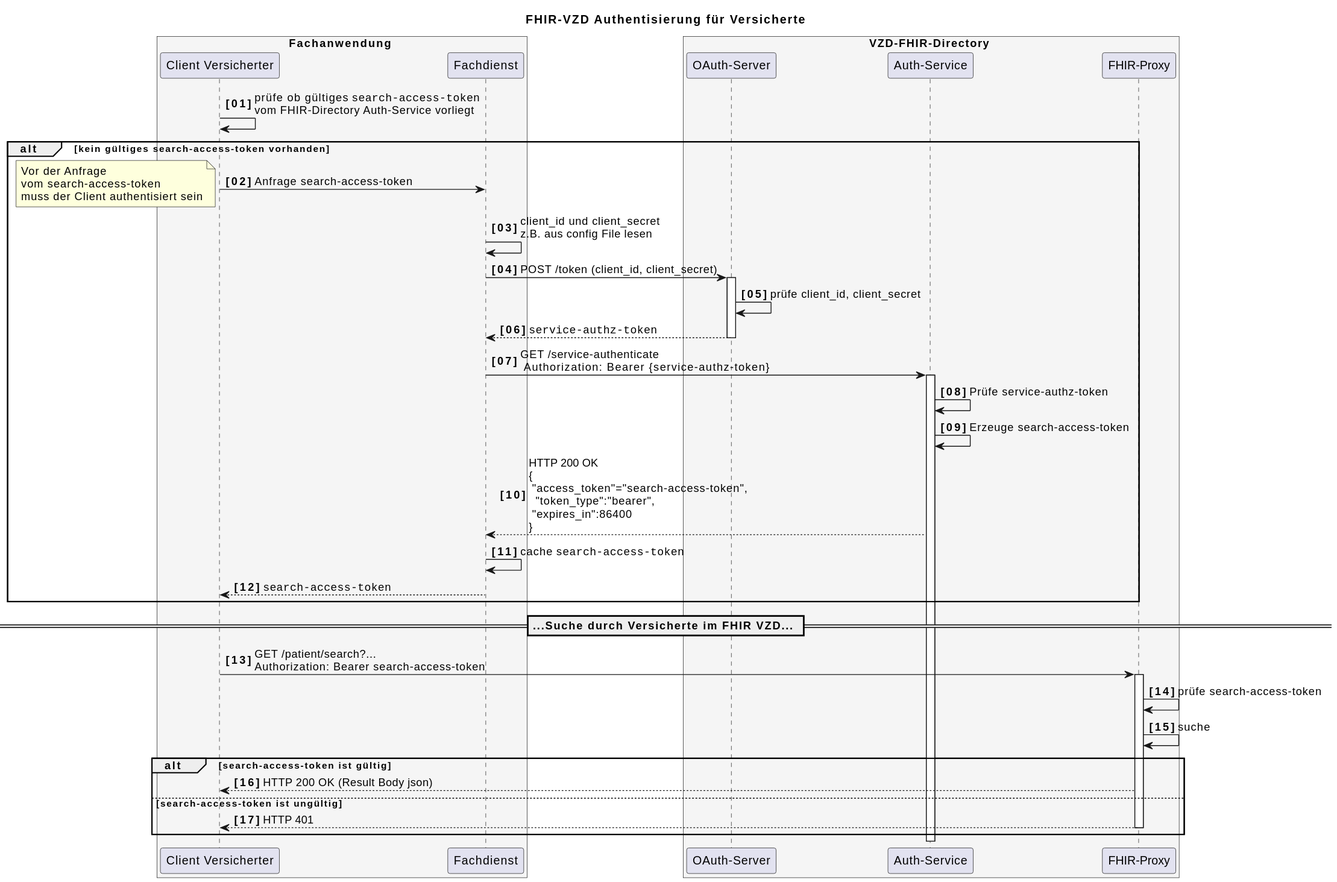
Before: images/diagrams/SequenceDiagram.FHIR-Directory.fdv.search.tim.svg, a diagram exported from PlantUML (gematik/api-vzd).
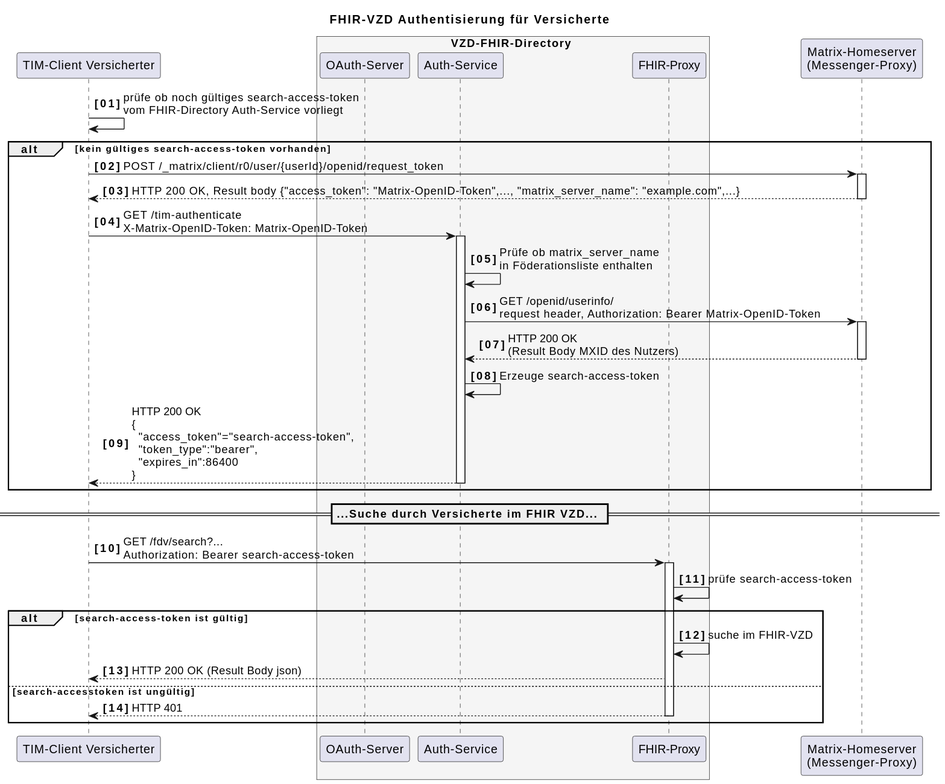
The same diagram one commit later.

Commit message:
Commit from GitHub Actions (GeneratePlantumlImages)

Change to the diagram source:
```diff
@@ -2,11 +2,7 @@
 autonumber 1 1 "<b>[00]"
 title "FHIR-VZD Authentisierung für Versicherte"
 
-
-box Fachanwendung #WhiteSmoke
-    participant VClient as "Client Versicherter"
-    participant FDienst as "Fachdienst"
-end box
+participant VClient as "TIM-Client Versicherter"
 
 box VZD-FHIR-Directory #WhiteSmoke
     participant "OAuth-Server" as VzdOAuth
@@ -14,43 +10,39 @@
     participant fp as "FHIR-Proxy"
 end box
 
+participant hs as "Matrix-Homeserver\n(Messenger-Proxy)"
 
-
-VClient-> VClient: prüfe ob  gültiges ""search-access-token""\nvom FHIR-Directory Auth-Service vorliegt
-
+VClient-> VClient: prüfe ob noch gültiges search-access-token\nvom FHIR-Directory Auth-Service vorliegt
 
 alt kein gültiges search-access-token vorhanden
-   VClient-> FDienst: Anfrage search-access-token
+   VClient-> hs: POST /_matrix/client/r0/user/{userId}/openid/request_token
+   activate hs
+   hs --> VClient: HTTP 200 OK, Result body {"access_token": "Matrix-OpenID-Token",..., "matrix_server_name": "example.com",...}
+   deactivate hs
 
-note left: Vor der Anfrage\nvom search-access-token\nmuss der Client authentisiert sein
+   VClient->VzdAuth++: GET /tim-authenticate \nX-Matrix-OpenID-Token: Matrix-OpenID-Token
 
+   VzdAuth-> VzdAuth: Prüfe ob matrix_server_name\nin Föderationsliste enthalten
+   VzdAuth-> hs: GET /openid/userinfo/\nrequest header, Authorization: Bearer Matrix-OpenID-Token
+   activate hs
+   hs --> VzdAuth: HTTP 200 OK\n(Result Body MXID des Nutzers)
+   deactivate hs
+   VzdAuth->VzdAuth: Erzeuge search-access-token
+   VzdAuth--> VClient: HTTP 200 OK\n{\n  "access_token"="search-access-token",\n  "token_type":"bearer",\n  "expires_in":86400\n}
+   deactivate VzdAuth
 
-   FDienst -> FDienst: client_id und client_secret\nz.B. aus config File lesen
-   FDienst ->VzdOAuth++: POST /token (client_id, client_secret)
-   VzdOAuth->VzdOAuth: prüfe client_id, client_secret
-   VzdOAuth-->FDienst--: ""service-authz-token""
-
-   FDienst->VzdAuth++: GET /service-authenticate \n Authorization:   Bearer {service-authz-token}
-
-   VzdAuth->VzdAuth: Prüfe service-authz-token
-
-   VzdAuth->VzdAuth: Erzeuge search-access-token
-   VzdAuth-->FDienst: HTTP 200 OK\n{\n "access_token"="search-access-token",\n  "token_type":"bearer",\n "expires_in":86400\n}
-
-   FDienst->FDienst: cache ""search-access-token""
-
-   FDienst-->VClient: ""search-access-token""
 end
 
 == ...Suche durch Versicherte im FHIR VZD... ==
 
-VClient -> fp: GET /patient/search?... \nAuthorization: Bearer search-access-token
+VClient -> fp: GET /fdv/search?...\nAuthorization: Bearer search-access-token
 activate fp
 fp -> fp: prüfe search-access-token
-fp -> fp: suche
+
 alt search-access-token ist gültig
+   fp -> fp: suche im FHIR-VZD
    fp --> VClient : HTTP 200 OK (Result Body json)
- else search-access-token ist ungültig
+ else search-accesstoken ist ungültig
    fp --> VClient : HTTP 401
    deactivate fp
 end
```
